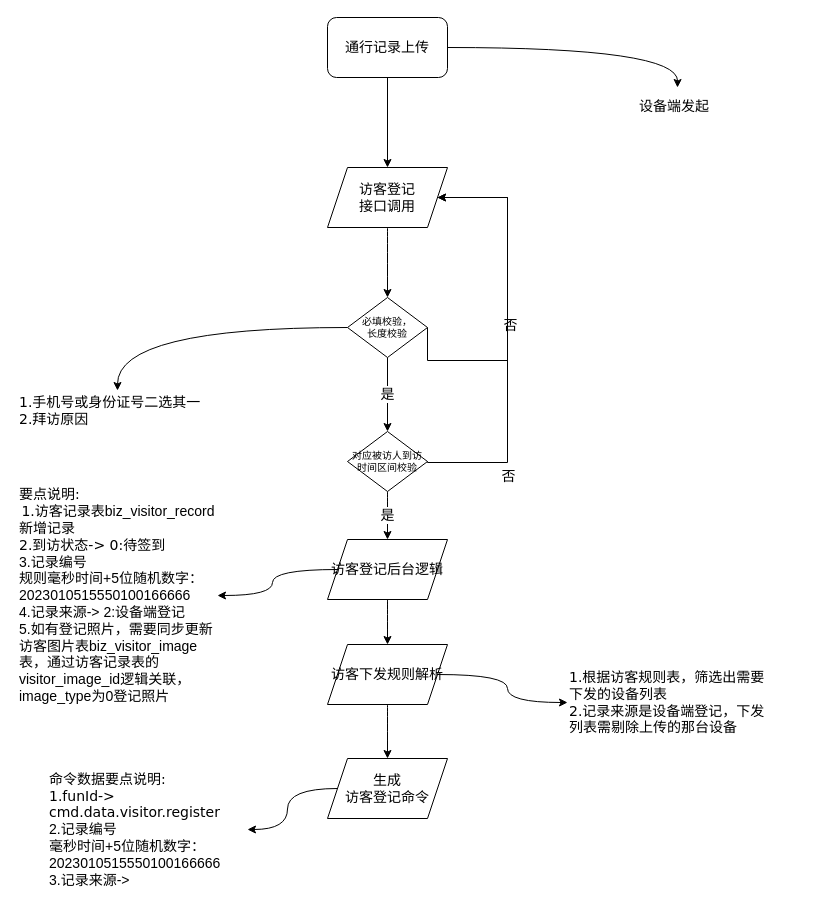
chwnjianhui/draw.io keeps this draw.io diagram as page "通行记录上传" (11 of 11) of 访客功能-线下平台和设备交互流程.drawio. Above is the earlier version. Source tidied: cells renumbered, new cells numbered last; positions are measured from the earlier drawing's top-left corner, leaving out a move shared by most shapes. Both pictures are drawn from the tidied source at 100%, with x=0, y=0 at pixel (17, 17).
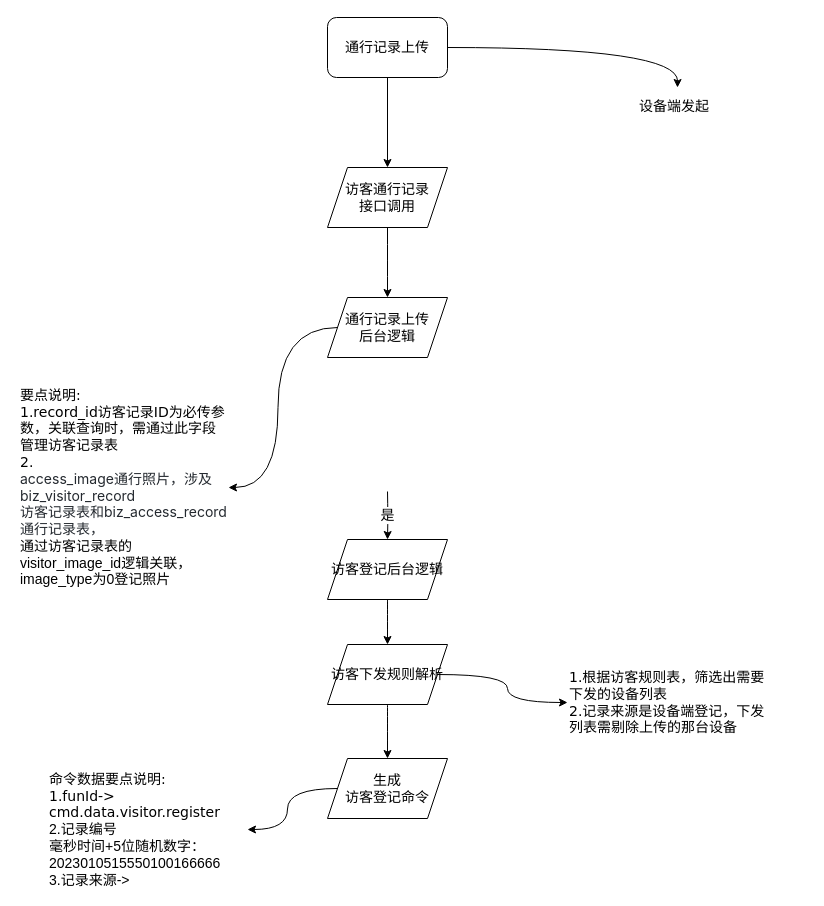
The same diagram, later.

Unchanged cells that the change refers to:
```xml
<mxCell id="17" value="访客登记后台逻辑" style="shape=parallelogram;perimeter=parallelogramPerimeter;whiteSpace=wrap;html=1;fixedSize=1;fontSize=14;fillColor=#FFFFFF;" parent="1" vertex="1">
  <mxGeometry x="310" y="522" width="120" height="60" as="geometry" />
</mxCell>
```

What changed in the source:
```diff
@@
-    <mxCell id="5" style="edgeStyle=orthogonalEdgeStyle;rounded=0;jettySize=auto;html=1;fontSize=14;entryX=1;entryY=0.5;entryDx=0;entryDy=0;exitX=1;exitY=0.5;exitDx=0;exitDy=0;" parent="1" edge="1" source="9" target="27">
-      <mxGeometry relative="1" as="geometry">
-        <Array as="points">
-          <mxPoint x="490" y="343" />
-          <mxPoint x="490" y="180" />
-        </Array>
-      </mxGeometry>
-    </mxCell>
-    <mxCell id="6" value="否" style="edgeLabel;html=1;align=center;verticalAlign=middle;fontSize=14;" parent="5" vertex="1">
-      <mxGeometry x="-0.14" y="-2" relative="1" as="geometry" />
-    </mxCell>
-    <mxCell id="7" value="是" style="edgeStyle=orthogonalEdgeStyle;rounded=0;jettySize=auto;html=1;fontSize=14;" parent="1" edge="1" source="9" target="13">
-      <mxGeometry relative="1" as="geometry" />
-    </mxCell>
-    <mxCell id="8" style="edgeStyle=orthogonalEdgeStyle;curved=1;rounded=0;jettySize=auto;html=1;exitX=0;exitY=0.5;exitDx=0;exitDy=0;fontSize=14;" parent="1" edge="1" source="9" target="14">
-      <mxGeometry relative="1" as="geometry" />
-    </mxCell>
-    <mxCell id="9" value="必填校验，&lt;br&gt;长度校验" style="rhombus;whiteSpace=wrap;html=1;rounded=0;shadow=0;labelBackgroundColor=none;strokeWidth=1;fontFamily=Verdana;fontSize=10;align=center;fillColor=#FFFFFF;" parent="1" vertex="1">
-      <mxGeometry x="330" y="280" width="80" height="60" as="geometry" />
-    </mxCell>
-    <mxCell id="10" style="edgeStyle=orthogonalEdgeStyle;rounded=0;jettySize=auto;html=1;exitX=1;exitY=0.5;exitDx=0;exitDy=0;fontSize=14;entryX=1;entryY=0.5;entryDx=0;entryDy=0;" parent="1" edge="1" source="13" target="27">
-      <mxGeometry relative="1" as="geometry">
-        <Array as="points">
-          <mxPoint x="410" y="445" />
-          <mxPoint x="490" y="445" />
-          <mxPoint x="490" y="180" />
-        </Array>
-      </mxGeometry>
-    </mxCell>
-    <mxCell id="11" value="否" style="edgeLabel;html=1;align=center;verticalAlign=middle;fontSize=14;" parent="10" vertex="1">
-      <mxGeometry x="-0.44" relative="1" as="geometry">
-        <mxPoint y="48" as="offset" />
-      </mxGeometry>
-    </mxCell>
-    <mxCell id="12" value="是" style="edgeStyle=orthogonalEdgeStyle;curved=1;rounded=0;jettySize=auto;html=1;fontSize=14;" parent="1" edge="1" source="13" target="17">
-      <mxGeometry relative="1" as="geometry" />
+    <mxCell id="12" value="是" style="edgeStyle=orthogonalEdgeStyle;curved=1;rounded=0;jettySize=auto;html=1;fontSize=14;" parent="1" edge="1" target="17">
+      <mxGeometry relative="1" as="geometry">
+        <mxPoint x="370" y="474" as="sourcePoint" />
+      </mxGeometry>
     </mxCell>
-    <mxCell id="13" value="对应被访人到访时间区间校验" style="rhombus;whiteSpace=wrap;html=1;rounded=0;shadow=0;labelBackgroundColor=none;strokeWidth=1;fontFamily=Verdana;fontSize=10;align=center;fillColor=#FFFFFF;" parent="1" vertex="1">
-      <mxGeometry x="330" y="414" width="80" height="60" as="geometry" />
-    </mxCell>
-    <mxCell id="14" value="&lt;span style=&quot;font-family: Verdana; font-size: 14px;&quot;&gt;1.手机号&lt;/span&gt;&lt;span style=&quot;font-family: Verdana; font-size: 14px;&quot;&gt;或身份证号二选其一&lt;br style=&quot;font-size: 14px;&quot;&gt;2.拜访原因&lt;br style=&quot;font-size: 14px;&quot;&gt;&lt;/span&gt;" style="text;html=1;strokeColor=none;fillColor=none;align=left;verticalAlign=middle;whiteSpace=wrap;rounded=0;fontSize=14;" parent="1" vertex="1">
-      <mxGeometry y="373" width="200" height="40" as="geometry" />
-    </mxCell>
-    <mxCell id="15" style="edgeStyle=orthogonalEdgeStyle;curved=1;rounded=0;jettySize=auto;html=1;exitX=0;exitY=0.5;exitDx=0;exitDy=0;fontSize=14;entryX=1;entryY=0.5;entryDx=0;entryDy=0;" parent="1" edge="1" source="17" target="18">
+    <mxCell id="15" style="edgeStyle=orthogonalEdgeStyle;curved=1;rounded=0;jettySize=auto;html=1;exitX=0;exitY=0.5;exitDx=0;exitDy=0;fontSize=14;entryX=1;entryY=0.5;entryDx=0;entryDy=0;" parent="1" edge="1" source="29" target="18">
       <mxGeometry relative="1" as="geometry" />
     </mxCell>
@@
-    <mxCell id="18" value="&lt;font face=&quot;Verdana&quot;&gt;要点说明:&lt;/font&gt;&lt;br&gt;&lt;div style=&quot;text-align: center;&quot;&gt;&lt;font style=&quot;background-color: initial;&quot; face=&quot;Verdana&quot;&gt;1.&lt;/font&gt;&lt;span style=&quot;background-color: initial; text-align: center;&quot;&gt;访客记录表biz_visitor_record&lt;/span&gt;&lt;/div&gt;&lt;span style=&quot;text-align: center;&quot;&gt;新增记录&lt;/span&gt;&lt;font face=&quot;Verdana&quot;&gt;&lt;br&gt;2.到访状态-&amp;gt; 0:待签到&lt;br&gt;&lt;/font&gt;3.记录编号&lt;br&gt;规则毫秒时间+5位随机数字：2023010515550100166666&lt;br&gt;4.记录来源-&amp;gt; 2:设备端登记&lt;br&gt;5.如有登记照片，需要同步更新访客图片表biz_visitor_image表，通过访客记录表的visitor_image_id逻辑关联，image_type为0登记照片" style="text;html=1;strokeColor=none;fillColor=none;align=left;verticalAlign=middle;whiteSpace=wrap;rounded=0;fontSize=14;" parent="1" vertex="1">
-      <mxGeometry y="523" width="200" height="110" as="geometry" />
+    <mxCell id="18" value="&lt;font face=&quot;Verdana&quot;&gt;要点说明:&lt;/font&gt;&lt;br&gt;&lt;div style=&quot;&quot;&gt;&lt;font style=&quot;background-color: initial;&quot; face=&quot;Verdana&quot;&gt;1.record_id访客记录ID为必传参数，关联查询时，需通过此字段管理访客记录表&lt;/font&gt;&lt;/div&gt;&lt;div style=&quot;&quot;&gt;&lt;font style=&quot;background-color: initial;&quot; face=&quot;Verdana&quot;&gt;2.&lt;/font&gt;&lt;/div&gt;&lt;span style=&quot;text-align: center; background-color: rgb(255, 255, 255);&quot;&gt;&lt;div style=&quot;text-align: left;&quot;&gt;&lt;font face=&quot;-apple-system, BlinkMacSystemFont, 微软雅黑, PingFang SC, Helvetica, Arial, Hiragino Sans GB, Microsoft YaHei, SimSun, 宋体, Heiti, 黑体, sans-serif&quot; color=&quot;#24292f&quot;&gt;access_image通行照片，涉及&lt;/font&gt;&lt;font style=&quot;color: rgb(36, 41, 47); font-family: -apple-system, BlinkMacSystemFont, 微软雅黑, &amp;quot;PingFang SC&amp;quot;, Helvetica, Arial, &amp;quot;Hiragino Sans GB&amp;quot;, &amp;quot;Microsoft YaHei&amp;quot;, SimSun, 宋体, Heiti, 黑体, sans-serif; background-color: initial; text-align: left;&quot; face=&quot;-apple-system, BlinkMacSystemFont, 微软雅黑, PingFang SC, Helvetica, Arial, Hiragino Sans GB, Microsoft YaHei, SimSun, 宋体, Heiti, 黑体, sans-serif&quot; color=&quot;#24292f&quot;&gt;biz_visitor_record&lt;/font&gt;&lt;/div&gt;&lt;div style=&quot;text-align: left;&quot;&gt;&lt;font face=&quot;-apple-system, BlinkMacSystemFont, 微软雅黑, PingFang SC, Helvetica, Arial, Hiragino Sans GB, Microsoft YaHei, SimSun, 宋体, Heiti, 黑体, sans-serif&quot; color=&quot;#24292f&quot;&gt;访客记录表&lt;/font&gt;&lt;font style=&quot;background-color: initial; color: rgb(36, 41, 47); font-family: -apple-system, BlinkMacSystemFont, 微软雅黑, &amp;quot;PingFang SC&amp;quot;, Helvetica, Arial, &amp;quot;Hiragino Sans GB&amp;quot;, &amp;quot;Microsoft YaHei&amp;quot;, SimSun, 宋体, Heiti, 黑体, sans-serif;&quot; face=&quot;-apple-system, BlinkMacSystemFont, 微软雅黑, PingFang SC, Helvetica, Arial, Hiragino Sans GB, Microsoft YaHei, SimSun, 宋体, Heiti, 黑体, sans-serif&quot; color=&quot;#24292f&quot;&gt;和&lt;/font&gt;&lt;span style=&quot;background-color: initial;&quot;&gt;&lt;font face=&quot;-apple-system, BlinkMacSystemFont, 微软雅黑, PingFang SC, Helvetica, Arial, Hiragino Sans GB, Microsoft YaHei, SimSun, 宋体, Heiti, 黑体, sans-serif&quot; color=&quot;#24292f&quot;&gt;biz_access_record&lt;/font&gt;&lt;/span&gt;&lt;/div&gt;&lt;div style=&quot;text-align: left;&quot;&gt;&lt;font face=&quot;-apple-system, BlinkMacSystemFont, 微软雅黑, PingFang SC, Helvetica, Arial, Hiragino Sans GB, Microsoft YaHei, SimSun, 宋体, Heiti, 黑体, sans-serif&quot; color=&quot;#24292f&quot;&gt;通行记录表&lt;/font&gt;&lt;span style=&quot;color: rgb(36, 41, 47); font-family: -apple-system, BlinkMacSystemFont, 微软雅黑, &amp;quot;PingFang SC&amp;quot;, Helvetica, Arial, &amp;quot;Hiragino Sans GB&amp;quot;, &amp;quot;Microsoft YaHei&amp;quot;, SimSun, 宋体, Heiti, 黑体, sans-serif; background-color: initial;&quot;&gt;，&lt;/span&gt;&lt;/div&gt;&lt;/span&gt;通过访客记录表的visitor_image_id逻辑关联，image_type为0登记照片" style="text;html=1;strokeColor=none;fillColor=none;align=left;verticalAlign=middle;whiteSpace=wrap;rounded=0;fontSize=14;" parent="1" vertex="1">
+      <mxGeometry x="1" y="380" width="210" height="180" as="geometry" />
     </mxCell>
@@
-    <mxCell id="26" style="edgeStyle=orthogonalEdgeStyle;curved=1;rounded=0;jettySize=auto;html=1;fontSize=14;" parent="1" edge="1" source="27" target="9">
-      <mxGeometry relative="1" as="geometry" />
+    <mxCell id="26" style="edgeStyle=orthogonalEdgeStyle;curved=1;rounded=0;jettySize=auto;html=1;fontSize=14;" parent="1" edge="1" source="27">
+      <mxGeometry relative="1" as="geometry">
+        <mxPoint x="370" y="280" as="targetPoint" />
+      </mxGeometry>
     </mxCell>
-    <mxCell id="27" value="访客登记&lt;br&gt;接口调用" style="shape=parallelogram;perimeter=parallelogramPerimeter;whiteSpace=wrap;html=1;fixedSize=1;fontSize=14;fillColor=#FFFFFF;" parent="1" vertex="1">
+    <mxCell id="27" value="访客通行记录&lt;br&gt;接口调用" style="shape=parallelogram;perimeter=parallelogramPerimeter;whiteSpace=wrap;html=1;fixedSize=1;fontSize=14;fillColor=#FFFFFF;" parent="1" vertex="1">
       <mxGeometry x="310" y="150" width="120" height="60" as="geometry" />
     </mxCell>
@@
+    <mxCell id="29" value="通行记录上传&lt;br&gt;后台逻辑" style="shape=parallelogram;perimeter=parallelogramPerimeter;whiteSpace=wrap;html=1;fixedSize=1;fontSize=14;fillColor=#FFFFFF;" parent="1" vertex="1">
+      <mxGeometry x="310" y="280" width="120" height="60" as="geometry" />
+    </mxCell>
```
